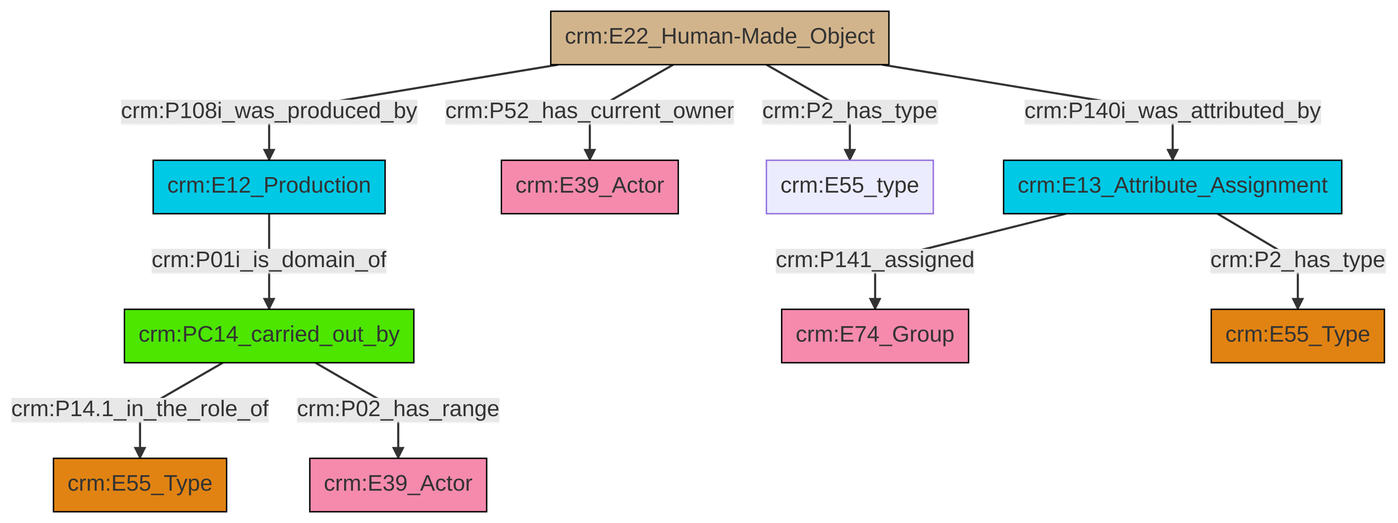
Above: et/builtWorkCSV/ttl/mmd/png/Built_Work_actor_relations.png in swiss-art-research-net/reference-data-models (Mermaid), before the change. Its source is kept beside it as et/builtWorkCSV/ttl/mmd/Built_Work_actor_relations.ttl.mmd.
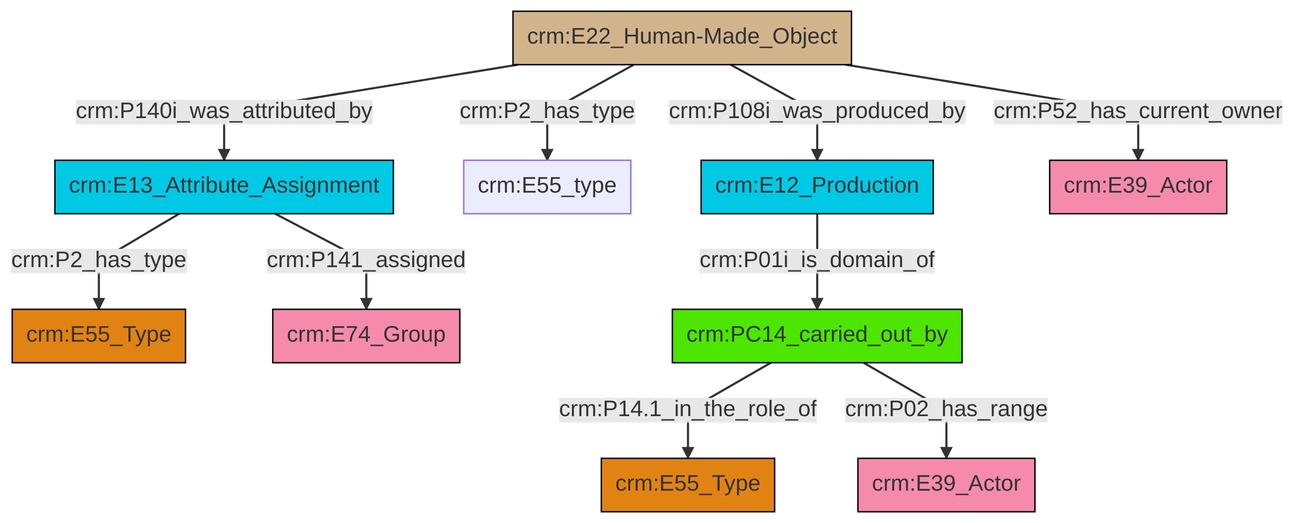
The same file after the commit.

Change to the diagram source:
```diff
@@ -13,12 +13,12 @@
 classDef PC_Classes fill:#4ce600, stroke:#000000;
 classDef Multi fill:#cccccc,stroke:#000000;
 
-2["crm:E22_Human-Made_Object"]:::Physical_Thing -->|crm:P108i_was_produced_by| 3["crm:E12_Production"]:::Temporal_Entity
-3["crm:E12_Production"]:::Temporal_Entity -->|crm:P01i_is_domain_of| 0["crm:PC14_carried_out_by"]:::PC_Classes
-2["crm:E22_Human-Made_Object"]:::Physical_Thing -->|crm:P140i_was_attributed_by| 9["crm:E13_Attribute_Assignment"]:::Temporal_Entity
-2["crm:E22_Human-Made_Object"]:::Physical_Thing -->|crm:P52_has_current_owner| 5["crm:E39_Actor"]:::Actor
-0["crm:PC14_carried_out_by"]:::PC_Classes -->|crm:P14.1_in_the_role_of| 10["crm:E55_Type"]:::Type
-0["crm:PC14_carried_out_by"]:::PC_Classes -->|crm:P02_has_range| 11["crm:E39_Actor"]:::Actor
-9["crm:E13_Attribute_Assignment"]:::Temporal_Entity -->|crm:P141_assigned| 12["crm:E74_Group"]:::Actor
-9["crm:E13_Attribute_Assignment"]:::Temporal_Entity -->|crm:P2_has_type| 14["crm:E55_Type"]:::Type
-2["crm:E22_Human-Made_Object"]:::Physical_Thing -->|crm:P2_has_type| 7["crm:E55_type"]:::Default
+2["crm:E13_Attribute_Assignment"]:::Temporal_Entity -->|crm:P2_has_type| 4["crm:E55_Type"]:::Type
+0["crm:E22_Human-Made_Object"]:::Physical_Thing -->|crm:P2_has_type| 9["crm:E55_type"]:::Default
+13["crm:PC14_carried_out_by"]:::PC_Classes -->|crm:P14.1_in_the_role_of| 7["crm:E55_Type"]:::Type
+2["crm:E13_Attribute_Assignment"]:::Temporal_Entity -->|crm:P141_assigned| 5["crm:E74_Group"]:::Actor
+11["crm:E12_Production"]:::Temporal_Entity -->|crm:P01i_is_domain_of| 13["crm:PC14_carried_out_by"]:::PC_Classes
+0["crm:E22_Human-Made_Object"]:::Physical_Thing -->|crm:P140i_was_attributed_by| 2["crm:E13_Attribute_Assignment"]:::Temporal_Entity
+13["crm:PC14_carried_out_by"]:::PC_Classes -->|crm:P02_has_range| 14["crm:E39_Actor"]:::Actor
+0["crm:E22_Human-Made_Object"]:::Physical_Thing -->|crm:P52_has_current_owner| 18["crm:E39_Actor"]:::Actor
+0["crm:E22_Human-Made_Object"]:::Physical_Thing -->|crm:P108i_was_produced_by| 11["crm:E12_Production"]:::Temporal_Entity
```
